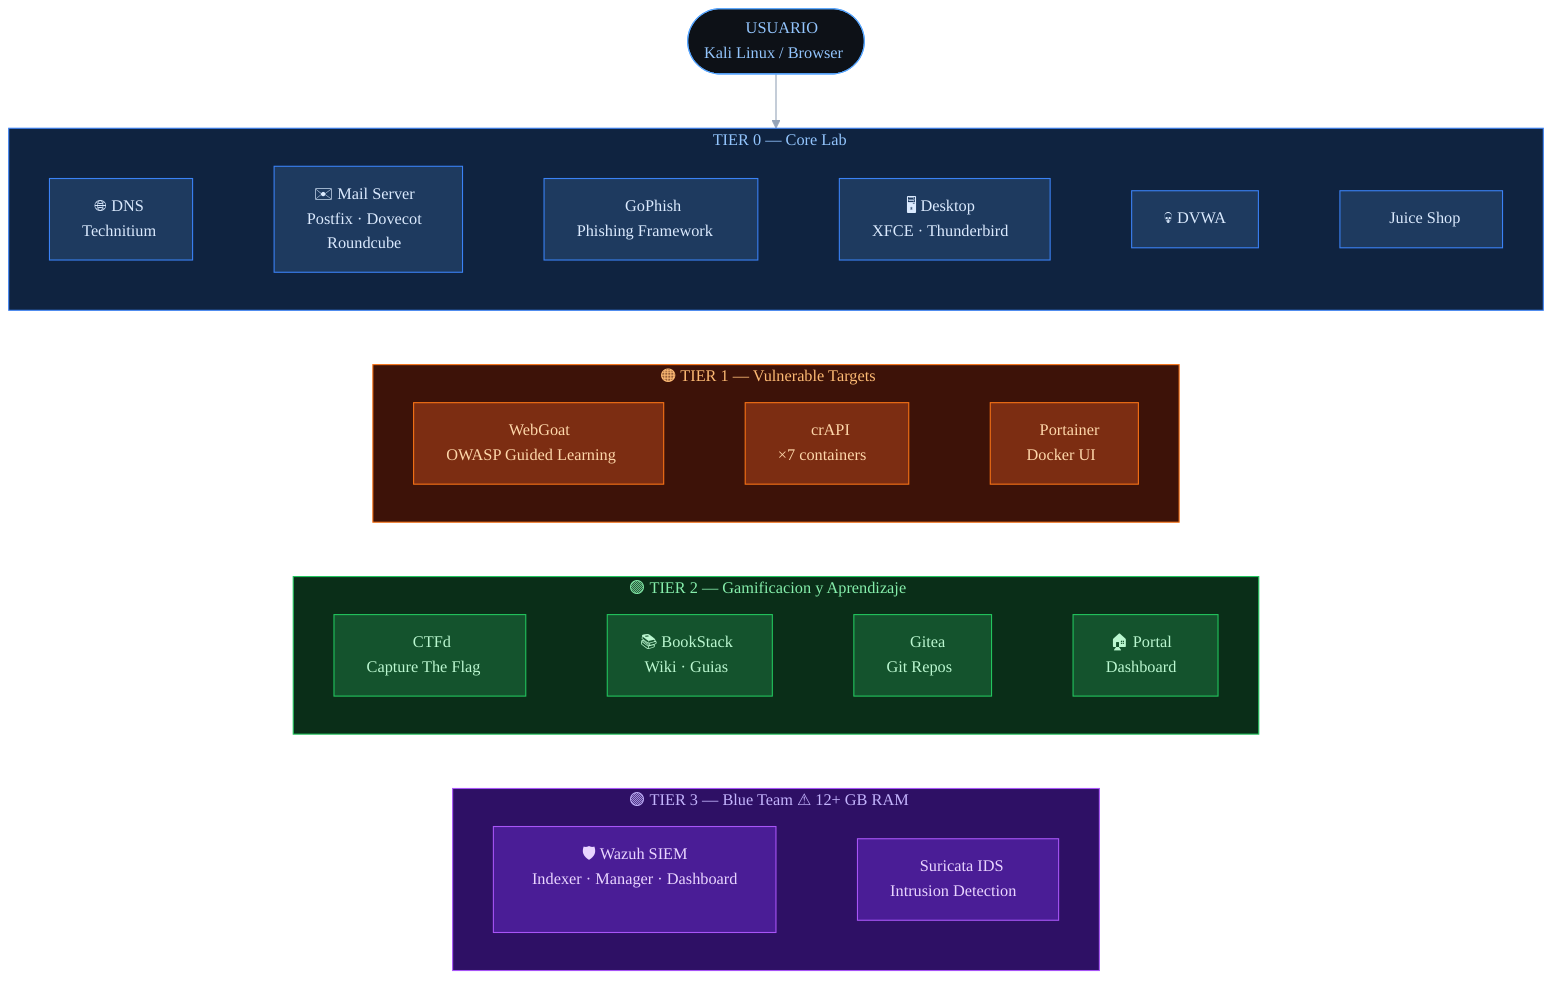
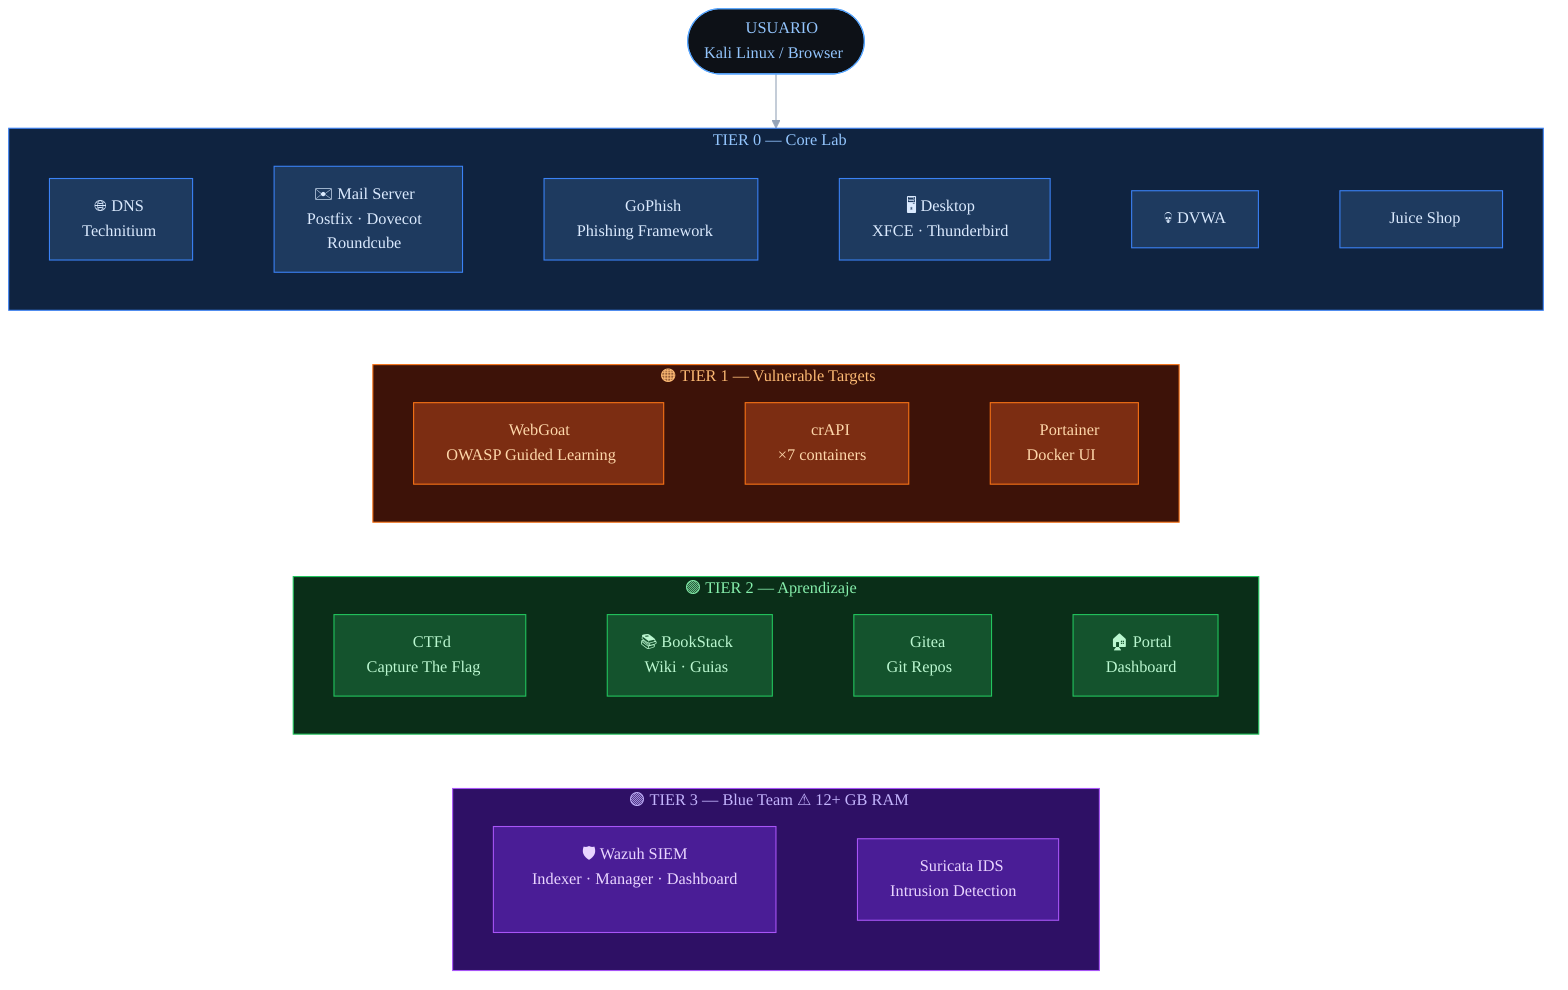
%%{
  init: {
    "theme": "dark",
    "themeVariables": {
      "background":         "#0f172a",
      "mainBkg":            "#0f172a",
      "primaryColor":       "#1e293b",
      "primaryTextColor":   "#f1f5f9",
      "primaryBorderColor": "#475569",
      "lineColor":          "#94a3b8",
      "clusterBkg":         "#1a2235",
      "clusterBorder":      "#334155",
      "titleColor":         "#f8fafc",
      "edgeLabelBackground":"#0f172a",
      "fontFamily":         "ui-monospace, monospace",
      "fontSize":           "15px"
    }
  }
}%%
flowchart TB

  BROWSER(["👤  USUARIO\nKali Linux / Browser"])

  subgraph T0["🔵  TIER 0  —  Core Lab"]
    DNS["🌐 DNS\nTechnitium"]
    MAIL["✉️ Mail Server\nPostfix · Dovecot\nRoundcube"]
    GOPHISH["🎣 GoPhish\nPhishing Framework"]
    DESKTOP["🖥️ Desktop\nXFCE · Thunderbird"]
    DVWA["💀 DVWA"]
    JUICE["🧃 Juice Shop"]
    DNS ~~~ MAIL ~~~ GOPHISH ~~~ DESKTOP ~~~ DVWA ~~~ JUICE
  end

  subgraph T1["🟠  TIER 1  —  Vulnerable Targets"]
    WEBGOAT["🐐 WebGoat\nOWASP Guided Learning"]
    CRAPI["🚗 crAPI\n×7 containers"]
    PORTAINER["🐳 Portainer\nDocker UI"]
    WEBGOAT ~~~ CRAPI ~~~ PORTAINER
  end

-   subgraph T2["🟢  TIER 2  —  Gamificacion y Aprendizaje"]
+   subgraph T2["🟢  TIER 2  —  Aprendizaje"]
    CTFD["🏁 CTFd\nCapture The Flag"]
    WIKI["📚 BookStack\nWiki · Guias"]
    GITEA["🐙 Gitea\nGit Repos"]
    PORTAL["🏠 Portal\nDashboard"]
    CTFD ~~~ WIKI ~~~ GITEA ~~~ PORTAL
  end

  subgraph T3["🟣  TIER 3  —  Blue Team  ⚠ 12+ GB RAM"]
    WAZUH["🛡️ Wazuh SIEM\nIndexer · Manager · Dashboard"]
    SURICATA["🦈 Suricata IDS\nIntrusion Detection"]
    WAZUH ~~~ SURICATA
  end

  BROWSER --> T0
  T0 ~~~ T1
  T1 ~~~ T2
  T2 ~~~ T3

  %% ── Estilos ──────────────────────────────────────────────
  style BROWSER fill:#0d1117,stroke:#58a6ff,color:#93c5fd

  style T0      fill:#0f2340,stroke:#3b82f6,color:#93c5fd
  style DNS     fill:#1e3a5f,stroke:#3b82f6,color:#dbeafe
  style MAIL    fill:#1e3a5f,stroke:#3b82f6,color:#dbeafe
  style GOPHISH fill:#1e3a5f,stroke:#3b82f6,color:#dbeafe
  style DESKTOP fill:#1e3a5f,stroke:#3b82f6,color:#dbeafe
  style DVWA    fill:#1e3a5f,stroke:#3b82f6,color:#dbeafe
  style JUICE   fill:#1e3a5f,stroke:#3b82f6,color:#dbeafe

  style T1        fill:#3d1208,stroke:#f97316,color:#fdba74
  style WEBGOAT   fill:#7c2d12,stroke:#f97316,color:#fed7aa
  style CRAPI     fill:#7c2d12,stroke:#f97316,color:#fed7aa
  style PORTAINER fill:#7c2d12,stroke:#f97316,color:#fed7aa

  style T2     fill:#0a2e18,stroke:#22c55e,color:#86efac
  style CTFD   fill:#14532d,stroke:#22c55e,color:#bbf7d0
  style WIKI   fill:#14532d,stroke:#22c55e,color:#bbf7d0
  style GITEA  fill:#14532d,stroke:#22c55e,color:#bbf7d0
  style PORTAL fill:#14532d,stroke:#22c55e,color:#bbf7d0

  style T3       fill:#2e1065,stroke:#a855f7,color:#c4b5fd
  style WAZUH    fill:#4a1d96,stroke:#a855f7,color:#e9d5ff
  style SURICATA fill:#4a1d96,stroke:#a855f7,color:#e9d5ff
